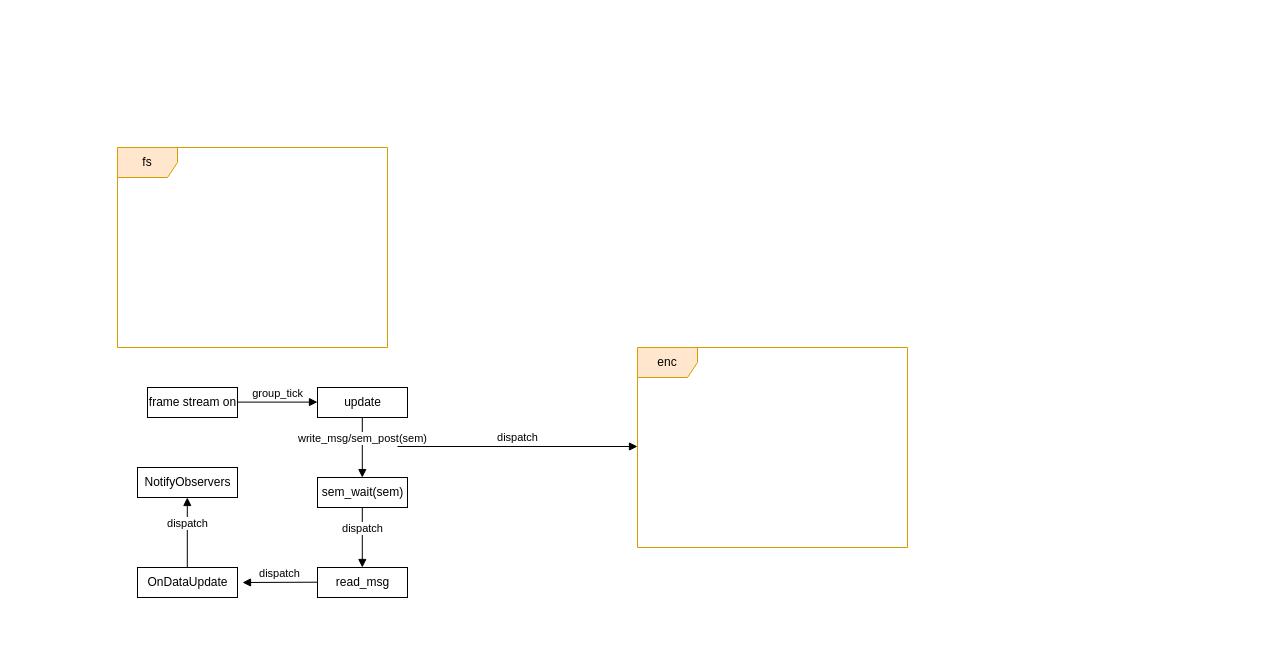
Above: Untitled Diagram.drawio in Raptstw/hello (draw.io), before the change. Source tidied: cells renumbered, new cells numbered last; positions are measured from the earlier drawing's top-left corner, leaving out a move shared by most shapes. Both pictures are drawn from the tidied source at 100%, with x=0, y=0 at pixel (117, 147).
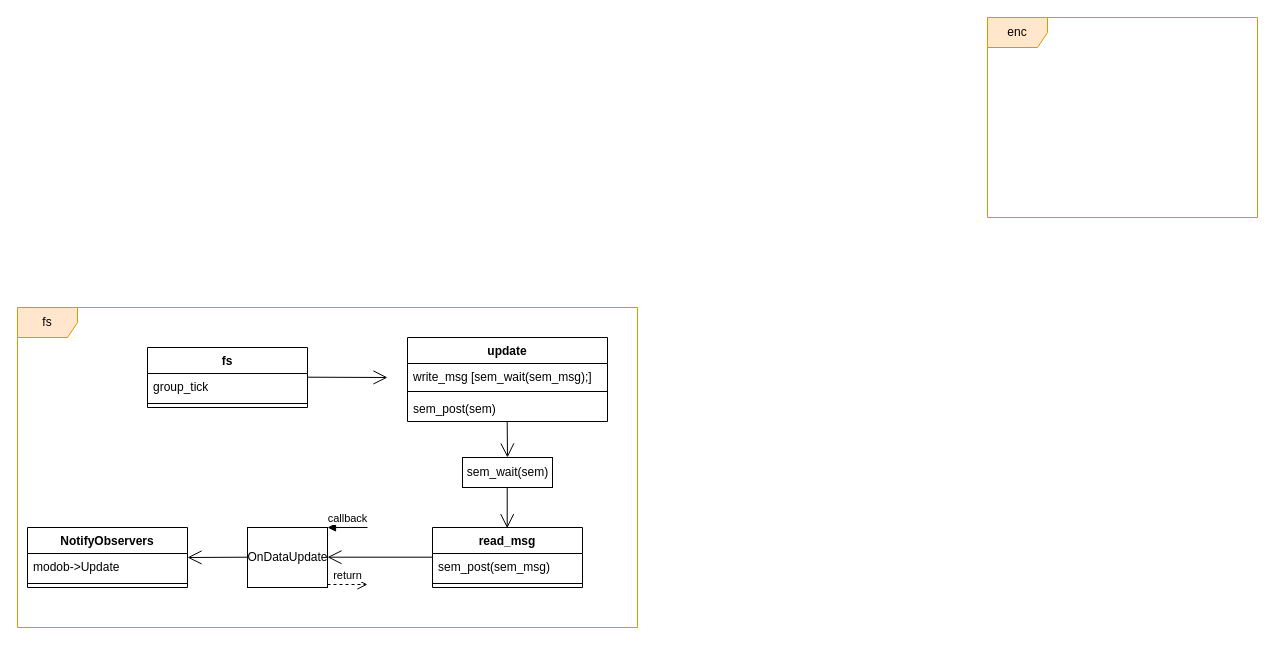
The same page after the edit.

The edit, as a diff of the source:
```diff
@@
     <mxCell id="2" value="fs" style="shape=umlFrame;whiteSpace=wrap;html=1;fillColor=#ffe6cc;strokeColor=#d79b00;" parent="1" vertex="1">
-      <mxGeometry width="270" height="200" as="geometry" />
+      <mxGeometry x="-100" y="160" width="620" height="320" as="geometry" />
     </mxCell>
-    <mxCell id="3" value="dispatch" style="html=1;verticalAlign=bottom;endArrow=block;" parent="1" edge="1">
-      <mxGeometry relative="1" as="geometry">
-        <mxPoint x="280" y="299" as="sourcePoint" />
-        <mxPoint x="520" y="299" as="targetPoint" />
-      </mxGeometry>
-    </mxCell>
     <mxCell id="4" value="enc" style="shape=umlFrame;whiteSpace=wrap;html=1;fillColor=#ffe6cc;strokeColor=#d79b00;" parent="1" vertex="1">
-      <mxGeometry x="520" y="200" width="270" height="200" as="geometry" />
+      <mxGeometry x="870" y="-130" width="270" height="200" as="geometry" />
     </mxCell>
-    <mxCell id="5" value="frame stream on" style="html=1;" parent="1" vertex="1">
-      <mxGeometry x="30" y="240" width="90" height="30" as="geometry" />
-    </mxCell>
+    <mxCell id="9" value="sem_wait(sem)" style="html=1;" parent="1" vertex="1">
+      <mxGeometry x="345" y="310" width="90" height="30" as="geometry" />
+    </mxCell>
+    <mxCell id="16" value="fs" style="swimlane;fontStyle=1;align=center;verticalAlign=top;horizontal=1;startSize=26;" parent="1" vertex="1">
+      <mxGeometry x="30" y="200" width="160" height="60" as="geometry" />
+    </mxCell>
-    <mxCell id="6" value="group_tick" style="html=1;verticalAlign=bottom;endArrow=block;" parent="1" edge="1">
-      <mxGeometry relative="1" as="geometry">
-        <mxPoint x="120" y="254.6" as="sourcePoint" />
-        <mxPoint x="200" y="254.6" as="targetPoint" />
-      </mxGeometry>
+    <mxCell id="6" value="group_tick" style="text;strokeColor=none;fillColor=none;align=left;verticalAlign=top;spacingLeft=4;spacingRight=4;overflow=hidden;" parent="16" vertex="1">
+      <mxGeometry y="26" width="160" height="26" as="geometry" />
     </mxCell>
+    <mxCell id="17" style="line;strokeWidth=1;fillColor=none;align=left;verticalAlign=middle;spacingTop=-1;spacingLeft=3;spacingRight=3;labelPosition=right;" parent="16" vertex="1">
+      <mxGeometry y="52" width="160" height="8" as="geometry" />
+    </mxCell>
-    <mxCell id="7" value="update" style="html=1;" parent="1" vertex="1">
-      <mxGeometry x="200" y="240" width="90" height="30" as="geometry" />
+    <mxCell id="7" value="update" style="swimlane;fontStyle=1;align=center;verticalAlign=top;horizontal=1;startSize=26;" parent="1" vertex="1">
+      <mxGeometry x="290" y="190" width="200" height="84" as="geometry" />
     </mxCell>
-    <mxCell id="8" value="write_msg/sem_post(sem)" style="html=1;verticalAlign=bottom;endArrow=block;" parent="1" edge="1">
-      <mxGeometry relative="1" as="geometry">
-        <mxPoint x="244.8" y="269.9" as="sourcePoint" />
-        <mxPoint x="244.8" y="330.1" as="targetPoint" />
-      </mxGeometry>
-    </mxCell>
-    <mxCell id="9" value="sem_wait(sem)" style="html=1;" parent="1" vertex="1">
-      <mxGeometry x="200" y="330" width="90" height="30" as="geometry" />
-    </mxCell>
+    <mxCell id="18" value="write_msg [sem_wait(sem_msg);]" style="text;strokeColor=none;fillColor=none;align=left;verticalAlign=top;spacingLeft=4;spacingRight=4;overflow=hidden;" parent="7" vertex="1">
+      <mxGeometry y="26" width="200" height="24" as="geometry" />
+    </mxCell>
+    <mxCell id="19" style="line;strokeWidth=1;fillColor=none;align=left;verticalAlign=middle;spacingTop=-1;spacingLeft=3;spacingRight=3;labelPosition=right;" parent="7" vertex="1">
+      <mxGeometry y="50" width="200" height="8" as="geometry" />
+    </mxCell>
+    <mxCell id="20" value="sem_post(sem)" style="text;strokeColor=none;fillColor=none;align=left;verticalAlign=top;spacingLeft=4;spacingRight=4;overflow=hidden;" parent="7" vertex="1">
+      <mxGeometry y="58" width="200" height="26" as="geometry" />
+    </mxCell>
+    <mxCell id="21" style="endArrow=open;endFill=1;endSize=12;html=1;" parent="1" edge="1">
+      <mxGeometry relative="1" as="geometry">
+        <mxPoint x="190" y="229.7" as="sourcePoint" />
+        <mxPoint x="270" y="230" as="targetPoint" />
+      </mxGeometry>
+    </mxCell>
+    <mxCell id="22" style="endArrow=open;endFill=1;endSize=12;html=1;entryX=0.5;entryY=0;entryDx=0;entryDy=0;" parent="1" edge="1">
+      <mxGeometry relative="1" as="geometry">
+        <mxPoint x="389.7" y="340" as="sourcePoint" />
+        <mxPoint x="389.7" y="380.7" as="targetPoint" />
+      </mxGeometry>
+    </mxCell>
-    <mxCell id="10" value="read_msg" style="html=1;" parent="1" vertex="1">
-      <mxGeometry x="200" y="420" width="90" height="30" as="geometry" />
+    <mxCell id="10" value="read_msg" style="swimlane;fontStyle=1;align=center;verticalAlign=top;horizontal=1;startSize=26;" parent="1" vertex="1">
+      <mxGeometry x="315" y="380" width="150" height="60" as="geometry" />
     </mxCell>
-    <mxCell id="11" value="dispatch" style="html=1;verticalAlign=bottom;endArrow=block;" parent="1" edge="1">
-      <mxGeometry relative="1" as="geometry">
-        <mxPoint x="244.8" y="360" as="sourcePoint" />
-        <mxPoint x="244.8" y="420" as="targetPoint" />
-      </mxGeometry>
-    </mxCell>
-    <mxCell id="12" value="dispatch" style="html=1;verticalAlign=bottom;endArrow=block;" parent="1" edge="1">
-      <mxGeometry relative="1" as="geometry">
-        <mxPoint x="200" y="434.7" as="sourcePoint" />
-        <mxPoint x="125" y="435" as="targetPoint" />
-      </mxGeometry>
-    </mxCell>
+    <mxCell id="23" value="sem_post(sem_msg)" style="text;strokeColor=none;fillColor=none;align=left;verticalAlign=top;spacingLeft=4;spacingRight=4;overflow=hidden;" parent="10" vertex="1">
+      <mxGeometry y="26" width="150" height="26" as="geometry" />
+    </mxCell>
+    <mxCell id="24" style="line;strokeWidth=1;fillColor=none;align=left;verticalAlign=middle;spacingTop=-1;spacingLeft=3;spacingRight=3;labelPosition=right;" parent="10" vertex="1">
+      <mxGeometry y="52" width="150" height="8" as="geometry" />
+    </mxCell>
+    <mxCell id="25" style="endArrow=open;endFill=1;endSize=12;html=1;" parent="1" edge="1">
+      <mxGeometry relative="1" as="geometry">
+        <mxPoint x="389.7" y="274" as="sourcePoint" />
+        <mxPoint x="390" y="310" as="targetPoint" />
+      </mxGeometry>
+    </mxCell>
+    <mxCell id="26" style="endArrow=open;endFill=1;endSize=12;html=1;" parent="1" edge="1" target="13">
+      <mxGeometry relative="1" as="geometry">
+        <mxPoint x="315" y="409.7" as="sourcePoint" />
+      </mxGeometry>
+    </mxCell>
-    <mxCell id="13" value="OnDataUpdate" style="html=1;" parent="1" vertex="1">
-      <mxGeometry x="20" y="420" width="100" height="30" as="geometry" />
+    <mxCell id="13" value="OnDataUpdate" style="html=1;points=[];perimeter=orthogonalPerimeter;" parent="1" vertex="1">
+      <mxGeometry x="130" y="380" width="80" height="60" as="geometry" />
     </mxCell>
-    <mxCell id="14" value="dispatch" style="html=1;verticalAlign=bottom;endArrow=block;" parent="1" edge="1">
-      <mxGeometry relative="1" as="geometry">
-        <mxPoint x="69.8" y="420" as="sourcePoint" />
-        <mxPoint x="69.8" y="350" as="targetPoint" />
-      </mxGeometry>
-    </mxCell>
+    <mxCell id="27" value="callback" style="html=1;verticalAlign=bottom;endArrow=block;entryX=1;entryY=0;" parent="1" edge="1" target="13">
+      <mxGeometry relative="1" as="geometry">
+        <mxPoint x="250" y="380" as="sourcePoint" />
+      </mxGeometry>
+    </mxCell>
+    <mxCell id="28" value="return" style="html=1;verticalAlign=bottom;endArrow=open;dashed=1;endSize=8;exitX=1;exitY=0.95;" parent="1" edge="1" source="13">
+      <mxGeometry relative="1" as="geometry">
+        <mxPoint x="250" y="437" as="targetPoint" />
+      </mxGeometry>
+    </mxCell>
-    <mxCell id="15" value="NotifyObservers" style="html=1;" parent="1" vertex="1">
-      <mxGeometry x="20" y="320" width="100" height="30" as="geometry" />
+    <mxCell id="15" value="NotifyObservers" style="swimlane;fontStyle=1;align=center;verticalAlign=top;horizontal=1;startSize=26;" parent="1" vertex="1">
+      <mxGeometry x="-90" y="380" width="160" height="60" as="geometry" />
     </mxCell>
+    <mxCell id="29" value="modob-&gt;Update" style="text;strokeColor=none;fillColor=none;align=left;verticalAlign=top;spacingLeft=4;spacingRight=4;overflow=hidden;" parent="15" vertex="1">
+      <mxGeometry y="26" width="160" height="26" as="geometry" />
+    </mxCell>
+    <mxCell id="30" style="line;strokeWidth=1;fillColor=none;align=left;verticalAlign=middle;spacingTop=-1;spacingLeft=3;spacingRight=3;labelPosition=right;" parent="15" vertex="1">
+      <mxGeometry y="52" width="160" height="8" as="geometry" />
+    </mxCell>
+    <mxCell id="31" style="endArrow=open;endFill=1;endSize=12;html=1;" parent="1" edge="1">
+      <mxGeometry relative="1" as="geometry">
+        <mxPoint x="130" y="409.7" as="sourcePoint" />
+        <mxPoint x="70" y="410" as="targetPoint" />
+      </mxGeometry>
+    </mxCell>
```
